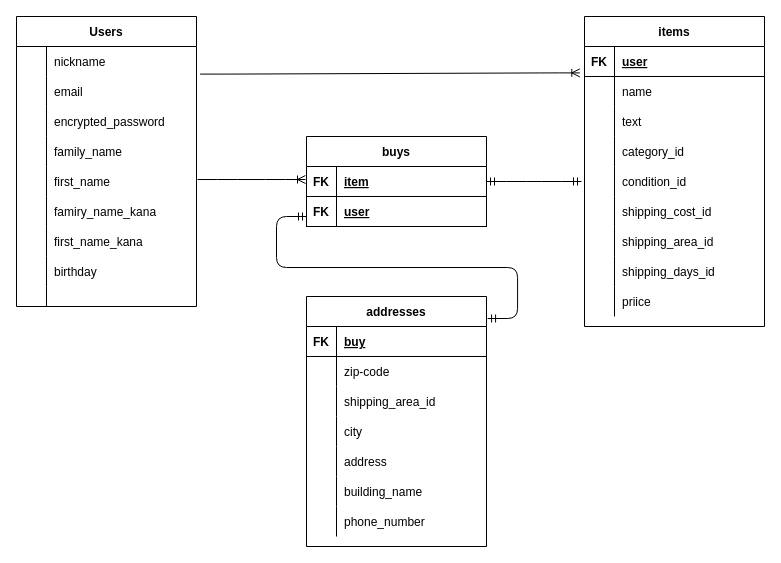
Above: furima.dio in sryuri/furima-36995 (draw.io), before the change. Source tidied: cells renumbered, new cells numbered last; positions are measured from the earlier drawing's top-left corner, leaving out a move shared by most shapes. Both pictures are drawn from the tidied source at 100%, with x=0, y=0 at pixel (16, 16).
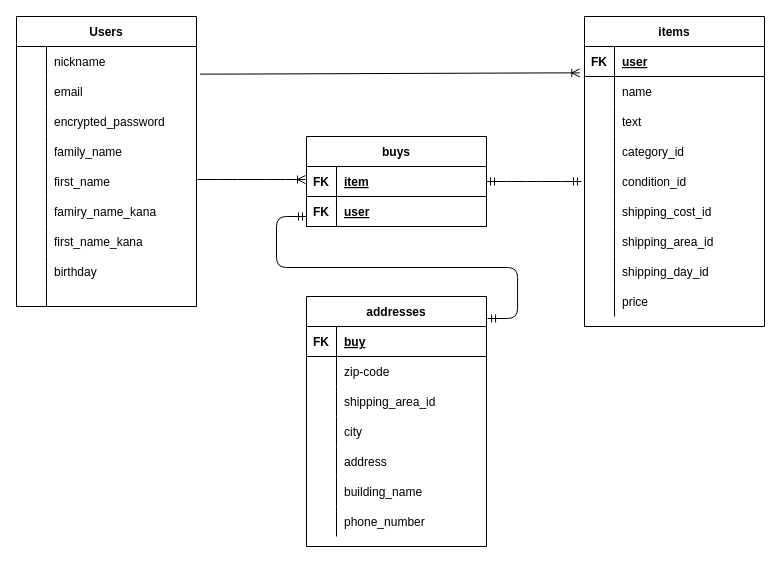
Above is the later version.

Unchanged cells that the change refers to:
```xml
<mxCell id="74" style="shape=partialRectangle;fillColor=none;top=0;left=0;bottom=0;right=0;" parent="52" vertex="1">
  <mxGeometry y="240" width="180" height="30" as="geometry" />
</mxCell>
<mxCell id="77" style="shape=partialRectangle;fillColor=none;top=0;left=0;bottom=0;right=0;" parent="52" vertex="1">
  <mxGeometry y="270" width="180" height="30" as="geometry" />
</mxCell>
```

The edit, as a diff of the source:
```diff
@@
-    <mxCell id="76" value="shipping_days_id" style="shape=partialRectangle;fillColor=none;top=0;left=0;bottom=0;right=0;align=left;spacingLeft=6;overflow=hidden;" parent="74" vertex="1">
+    <mxCell id="76" value="shipping_day_id" style="shape=partialRectangle;fillColor=none;top=0;left=0;bottom=0;right=0;align=left;spacingLeft=6;overflow=hidden;" parent="74" vertex="1">
       <mxGeometry x="30" width="150" height="30" as="geometry" />
     </mxCell>
@@
-    <mxCell id="79" value="priice" style="shape=partialRectangle;fillColor=none;top=0;left=0;bottom=0;right=0;align=left;spacingLeft=6;overflow=hidden;" parent="77" vertex="1">
+    <mxCell id="79" value="price" style="shape=partialRectangle;fillColor=none;top=0;left=0;bottom=0;right=0;align=left;spacingLeft=6;overflow=hidden;" parent="77" vertex="1">
       <mxGeometry x="30" width="150" height="30" as="geometry" />
     </mxCell>
```
